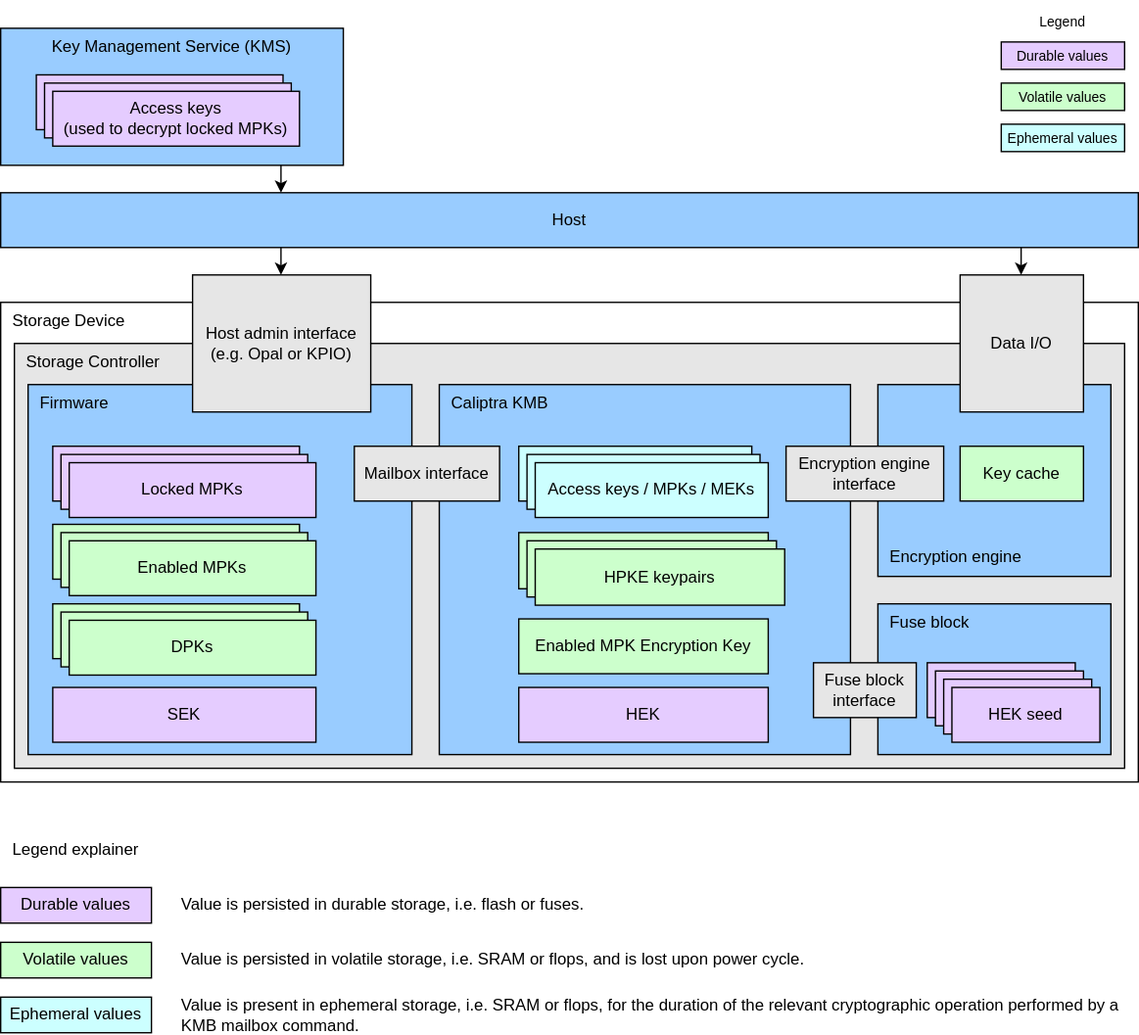
Earlier version of the draw.io export doc/ocp_lock/diagrams/architecture_diagram.drawio.svg (chipsalliance/Caliptra). Source tidied: cells renumbered, new cells last; positions are measured from the earlier drawing's top-left corner, leaving out a move shared by most shapes.
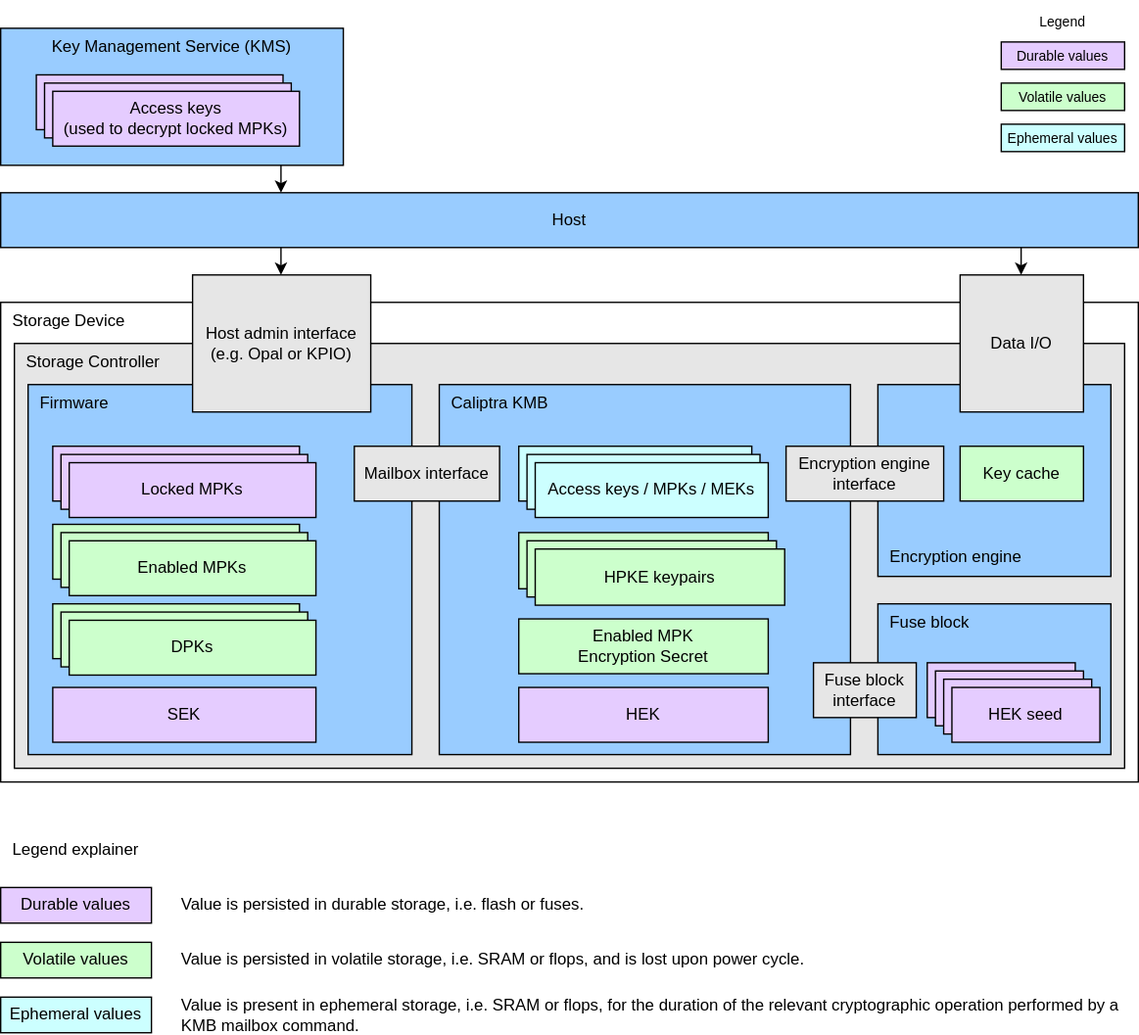
Above is the later version.

Commit message:
Depict Enabled MPK Encryption Secret in Key Hierarchy diagram.

Change to the diagram source:
```diff
@@ -59,7 +59,7 @@
     <mxCell id="20" value="Enabled MPKs" style="rounded=0;whiteSpace=wrap;html=1;align=center;verticalAlign=middle;shadow=0;glass=0;spacingLeft=0;spacingBottom=0;spacingTop=0;fillColor=#CCFFCC;" parent="1" vertex="1">
       <mxGeometry x="50" y="394" width="180" height="40" as="geometry" />
     </mxCell>
-    <mxCell id="21" value="Enabled MPK Encryption Key" style="rounded=0;whiteSpace=wrap;html=1;align=center;verticalAlign=middle;shadow=0;glass=0;spacingLeft=0;spacingBottom=0;spacingTop=0;fillColor=#CCFFCC;" parent="1" vertex="1">
+    <mxCell id="21" value="Enabled MPK&lt;div&gt;Encryption Secret&lt;/div&gt;" style="rounded=0;whiteSpace=wrap;html=1;align=center;verticalAlign=middle;shadow=0;glass=0;spacingLeft=0;spacingBottom=0;spacingTop=0;fillColor=#CCFFCC;" parent="1" vertex="1">
       <mxGeometry x="378" y="451" width="182" height="40" as="geometry" />
     </mxCell>
     <mxCell id="22" style="endArrow=classic;html=1;" parent="1" edge="1">
```
